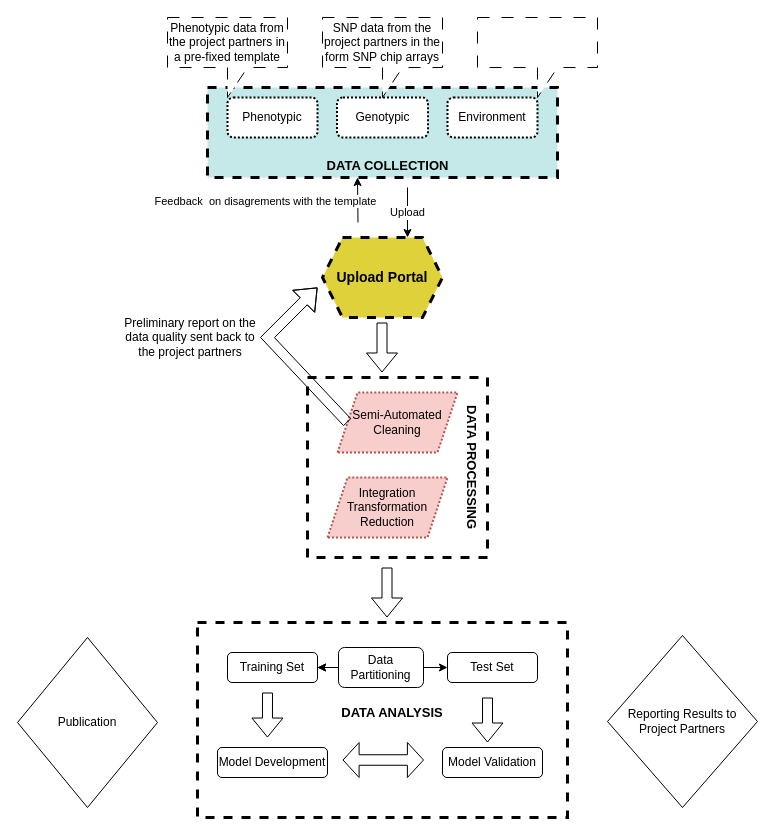
Above: Fig_Poster.drawio in ravindra2859/Figure_Poster (draw.io), before the change. Source tidied: cells renumbered, new cells numbered last; positions are measured from the earlier drawing's top-left corner, leaving out a move shared by most shapes. Both pictures are drawn from the tidied source at 100%, with x=0, y=0 at pixel (17, 17).
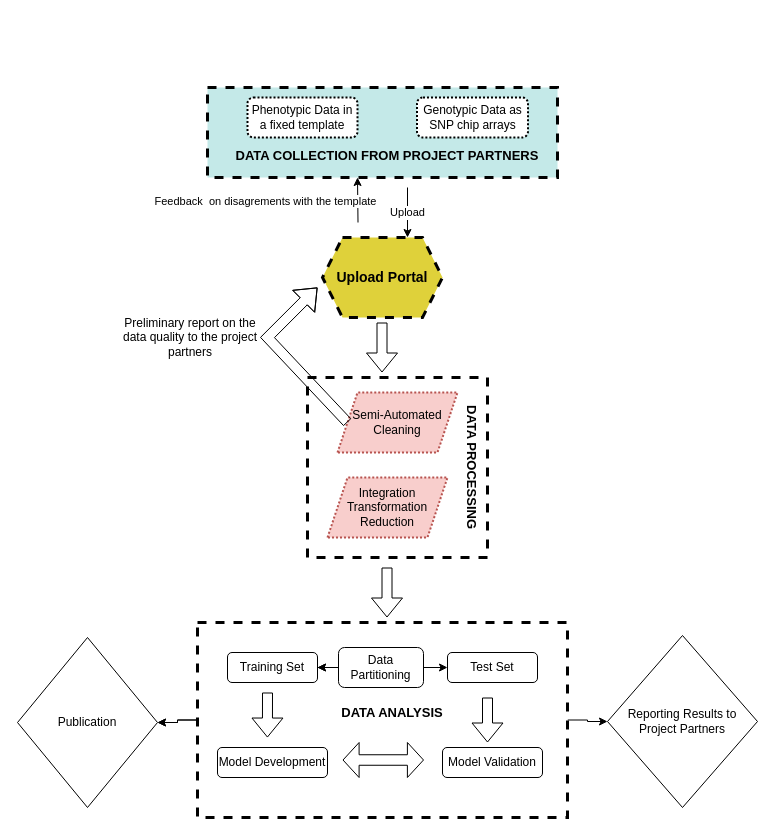
After the change.

Unchanged cells that the change refers to:
```xml
<mxCell id="2" style="rounded=0;whiteSpace=wrap;html=1;dashed=1;strokeWidth=3;" parent="1" vertex="1">
  <mxGeometry x="180" y="605" width="370" height="195" as="geometry" />
</mxCell>
<mxCell id="29" value="Publication" style="rhombus;whiteSpace=wrap;html=1;" parent="1" vertex="1">
  <mxGeometry y="620" width="140" height="170" as="geometry" />
</mxCell>
<mxCell id="30" value="Reporting Results to Project Partners" style="rhombus;whiteSpace=wrap;html=1;" parent="1" vertex="1">
  <mxGeometry x="590" y="618" width="150" height="172" as="geometry" />
</mxCell>
```

Change to the diagram source:
```diff
@@
+    <mxCell id="39" style="edgeStyle=orthogonalEdgeStyle;rounded=0;jettySize=auto;html=1;" parent="1" edge="1" source="2" target="29">
+      <mxGeometry relative="1" as="geometry" />
+    </mxCell>
+    <mxCell id="40" style="edgeStyle=orthogonalEdgeStyle;rounded=0;jettySize=auto;html=1;" parent="1" edge="1" source="2" target="29">
+      <mxGeometry relative="1" as="geometry" />
+    </mxCell>
+    <mxCell id="41" style="edgeStyle=orthogonalEdgeStyle;rounded=0;jettySize=auto;html=1;" parent="1" edge="1" source="2" target="30">
+      <mxGeometry relative="1" as="geometry" />
+    </mxCell>
@@
-    <mxCell id="5" value="Phenotypic" style="rounded=1;whiteSpace=wrap;html=1;dashed=1;dashPattern=1 1;strokeWidth=2;" parent="1" vertex="1">
-      <mxGeometry x="210" y="80" width="90" height="40" as="geometry" />
+    <mxCell id="5" value="Phenotypic Data in a fixed template" style="rounded=1;whiteSpace=wrap;html=1;dashed=1;dashPattern=1 1;strokeWidth=2;" parent="1" vertex="1">
+      <mxGeometry x="230" y="80" width="110" height="40" as="geometry" />
     </mxCell>
-    <mxCell id="6" value="Genotypic" style="rounded=1;whiteSpace=wrap;html=1;dashed=1;dashPattern=1 1;strokeWidth=2;" parent="1" vertex="1">
-      <mxGeometry x="319.5" y="80" width="91" height="40" as="geometry" />
+    <mxCell id="6" value="Genotypic Data as SNP chip arrays" style="rounded=1;whiteSpace=wrap;html=1;dashed=1;dashPattern=1 1;strokeWidth=2;" parent="1" vertex="1">
+      <mxGeometry x="399.5" y="80" width="111" height="40" as="geometry" />
     </mxCell>
-    <mxCell id="7" value="Environment" style="rounded=1;whiteSpace=wrap;html=1;dashed=1;dashPattern=1 1;strokeWidth=2;" parent="1" vertex="1">
-      <mxGeometry x="430" y="80" width="90" height="40" as="geometry" />
-    </mxCell>
-    <mxCell id="8" value="&lt;font style=&quot;font-size: 13px;&quot;&gt;DATA COLLECTION&lt;/font&gt;" style="text;html=1;strokeColor=none;fillColor=none;align=center;verticalAlign=middle;whiteSpace=wrap;rounded=0;rotation=0;fontSize=21;fontStyle=1;" parent="1" vertex="1">
-      <mxGeometry x="247.5" y="130" width="245" height="30" as="geometry" />
+    <mxCell id="8" value="&lt;font style=&quot;font-size: 13px;&quot;&gt;DATA COLLECTION FROM PROJECT PARTNERS&lt;/font&gt;" style="text;html=1;strokeColor=none;fillColor=none;align=center;verticalAlign=middle;whiteSpace=wrap;rounded=0;rotation=0;fontSize=21;fontStyle=1;" parent="1" vertex="1">
+      <mxGeometry x="210" y="120" width="320" height="30" as="geometry" />
     </mxCell>
@@
-    <mxCell id="20" value="Preliminary report on the data quality sent back to the project partners" style="text;html=1;strokeColor=none;fillColor=none;align=center;verticalAlign=middle;whiteSpace=wrap;rounded=0;" parent="1" vertex="1">
+    <mxCell id="20" value="Preliminary report on the data quality to the project partners" style="text;html=1;strokeColor=none;fillColor=none;align=center;verticalAlign=middle;whiteSpace=wrap;rounded=0;" parent="1" vertex="1">
       <mxGeometry x="97.5" y="310" width="150" height="20" as="geometry" />
     </mxCell>
@@
-    <mxCell id="34" value="Phenotypic data from the project partners in a pre-fixed template" style="shape=callout;whiteSpace=wrap;html=1;perimeter=calloutPerimeter;dashed=1;dashPattern=12 12;" parent="1" vertex="1">
-      <mxGeometry x="150" width="120" height="80" as="geometry" />
-    </mxCell>
-    <mxCell id="35" style="shape=callout;whiteSpace=wrap;html=1;perimeter=calloutPerimeter;dashed=1;dashPattern=12 12;" parent="1" vertex="1">
-      <mxGeometry x="460" width="120" height="80" as="geometry" />
-    </mxCell>
-    <mxCell id="36" value="SNP data from the project partners in the form SNP chip arrays" style="shape=callout;whiteSpace=wrap;html=1;perimeter=calloutPerimeter;dashed=1;dashPattern=12 12;" parent="1" vertex="1">
-      <mxGeometry x="305" width="120" height="80" as="geometry" />
-    </mxCell>
```
